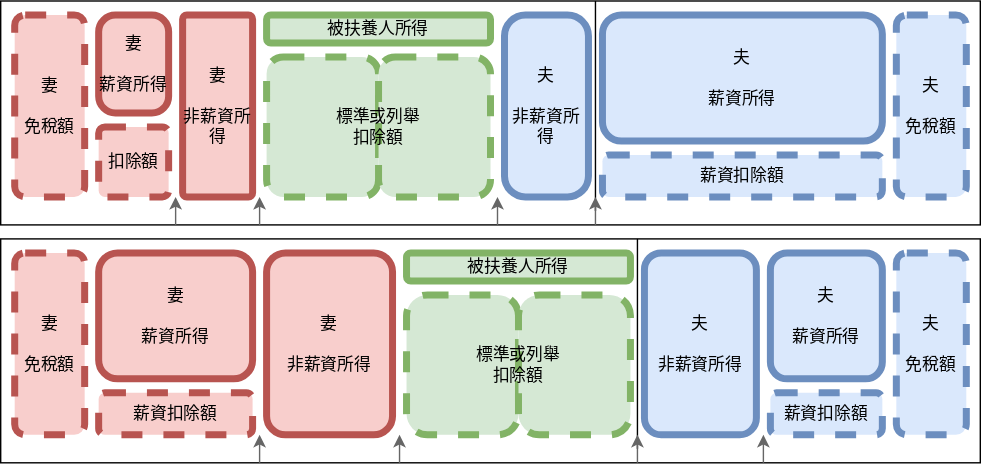
The draw.io diagram content/posts/leveraging-childrens-tax-allowance/married-case-study.svg in oopzzozzo/route-110, before a commit. Source tidied: cells renumbered, new cells last; positions are measured from the earlier drawing's top-left corner, leaving out a move shared by most shapes.
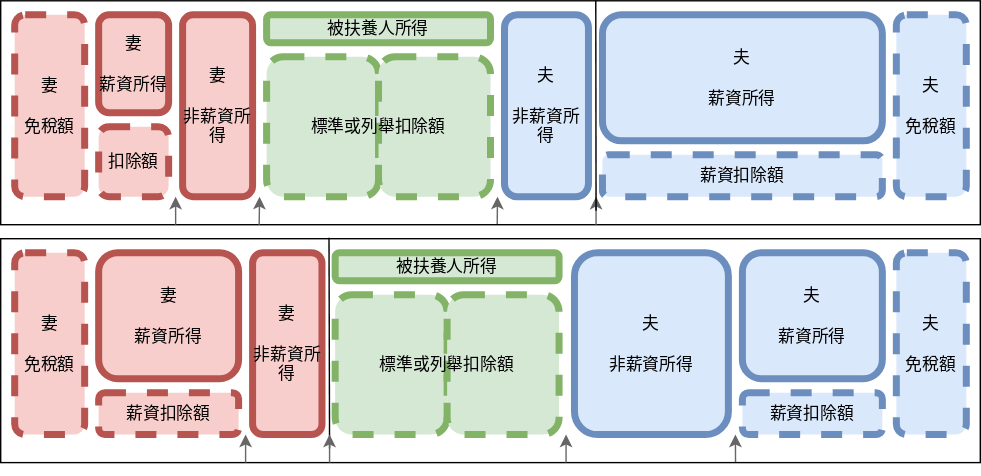
Above is the later version.

Diff of the diagram source:
```diff
@@ -2,131 +2,146 @@
   <root>
     <mxCell id="0" />
     <mxCell id="1" parent="0" />
+    <mxCell id="3" style="rounded=0;whiteSpace=wrap;html=1;fillColor=none;" parent="1" vertex="1">
+      <mxGeometry x="120" y="170" width="700" height="160" as="geometry" />
+    </mxCell>
+    <mxCell id="5" style="rounded=0;whiteSpace=wrap;html=1;fillColor=none;" parent="1" vertex="1">
+      <mxGeometry x="120" width="700" height="160" as="geometry" />
+    </mxCell>
+    <mxCell id="29" style="endArrow=classic;html=1;rounded=0;entryX=0;entryY=1;entryDx=0;entryDy=0;fillColor=#f5f5f5;strokeColor=#666666;" parent="1" edge="1">
+      <mxGeometry relative="1" as="geometry">
+        <mxPoint x="545.4" y="160" as="sourcePoint" />
+        <mxPoint x="545.4" y="140" as="targetPoint" />
+      </mxGeometry>
+    </mxCell>
+    <mxCell id="34" style="rounded=1;whiteSpace=wrap;html=1;fillColor=#d5e8d4;strokeColor=#82b366;strokeWidth=5;dashed=1;" parent="1" vertex="1">
+      <mxGeometry x="310" y="40" width="80" height="100" as="geometry" />
+    </mxCell>
+    <mxCell id="35" style="rounded=1;whiteSpace=wrap;html=1;fillColor=#d5e8d4;strokeColor=#82b366;strokeWidth=5;dashed=1;" parent="1" vertex="1">
+      <mxGeometry x="390" y="40" width="80" height="100" as="geometry" />
+    </mxCell>
+    <mxCell id="36" value="&lt;div&gt;標準或列舉扣除額&lt;/div&gt;" style="text;whiteSpace=wrap;html=1;align=center;verticalAlign=middle;" parent="1" vertex="1">
+      <mxGeometry x="310" y="40" width="160" height="100" as="geometry" />
+    </mxCell>
-    <mxCell id="2" style="endArrow=none;html=1;rounded=0;" parent="1" edge="1">
+    <mxCell id="2" style="endArrow=none;html=1;rounded=0;entryX=0.328;entryY=-0.004;entryDx=0;entryDy=0;entryPerimeter=0;" parent="1" edge="1">
       <mxGeometry relative="1" as="geometry">
-        <mxPoint x="455" y="320" as="sourcePoint" />
-        <mxPoint x="455" y="170" as="targetPoint" />
+        <mxPoint x="355" y="320" as="sourcePoint" />
+        <mxPoint x="354.6" y="169.4" as="targetPoint" />
       </mxGeometry>
     </mxCell>
-    <mxCell id="3" style="rounded=0;whiteSpace=wrap;html=1;fillColor=none;" parent="1" vertex="1">
-      <mxGeometry y="170" width="700" height="160" as="geometry" />
-    </mxCell>
-    <mxCell id="4" style="endArrow=none;html=1;rounded=0;" parent="1" edge="1">
-      <mxGeometry relative="1" as="geometry">
-        <mxPoint x="385" y="150" as="sourcePoint" />
-        <mxPoint x="385" as="targetPoint" />
-      </mxGeometry>
-    </mxCell>
-    <mxCell id="5" style="rounded=0;whiteSpace=wrap;html=1;fillColor=none;" parent="1" vertex="1">
-      <mxGeometry width="700" height="160" as="geometry" />
-    </mxCell>
-    <mxCell id="6" value="&lt;div&gt;標準或列舉&lt;/div&gt;&lt;div&gt;扣除額&lt;/div&gt;" style="rounded=1;whiteSpace=wrap;html=1;fillColor=#d5e8d4;strokeColor=#82b366;strokeWidth=5;dashed=1;" parent="1" vertex="1">
-      <mxGeometry x="290" y="210" width="160" height="100" as="geometry" />
-    </mxCell>
     <mxCell id="7" value="被扶養人所得" style="rounded=1;whiteSpace=wrap;html=1;fillColor=#d5e8d4;strokeColor=#82b366;strokeWidth=5;" parent="1" vertex="1">
-      <mxGeometry x="290" y="180" width="160" height="20" as="geometry" />
+      <mxGeometry x="359" y="180" width="160" height="20" as="geometry" />
     </mxCell>
     <mxCell id="8" value="&lt;div&gt;夫&lt;/div&gt;&lt;div&gt;&lt;br&gt;&lt;/div&gt;&lt;div&gt;非薪資所得&lt;/div&gt;" style="rounded=1;whiteSpace=wrap;html=1;fillColor=#dae8fc;strokeColor=#6c8ebf;strokeWidth=5;" parent="1" vertex="1">
-      <mxGeometry x="460" y="180" width="80" height="130" as="geometry" />
+      <mxGeometry x="530" y="180" width="110" height="130" as="geometry" />
     </mxCell>
     <mxCell id="9" value="&lt;div&gt;夫&lt;/div&gt;&lt;div&gt;&lt;br&gt;&lt;/div&gt;&lt;div&gt;薪資所得&lt;/div&gt;" style="rounded=1;whiteSpace=wrap;html=1;fillColor=#dae8fc;strokeColor=#6c8ebf;strokeWidth=5;" parent="1" vertex="1">
-      <mxGeometry x="550" y="180" width="80" height="90" as="geometry" />
+      <mxGeometry x="650" y="180" width="100" height="90" as="geometry" />
     </mxCell>
     <mxCell id="10" value="&lt;div&gt;夫&lt;/div&gt;&lt;div&gt;&lt;br&gt;&lt;/div&gt;&lt;div&gt;免稅額&lt;/div&gt;" style="rounded=1;whiteSpace=wrap;html=1;fillColor=#dae8fc;strokeColor=#6c8ebf;strokeWidth=5;dashed=1;" parent="1" vertex="1">
-      <mxGeometry x="640" y="180" width="50" height="130" as="geometry" />
+      <mxGeometry x="760" y="180" width="50" height="130" as="geometry" />
     </mxCell>
     <mxCell id="11" value="&lt;div&gt;妻&lt;/div&gt;&lt;div&gt;&lt;br&gt;&lt;/div&gt;&lt;div&gt;非薪資所得&lt;/div&gt;" style="rounded=1;whiteSpace=wrap;html=1;fillColor=#f8cecc;strokeColor=#b85450;strokeWidth=5;" parent="1" vertex="1">
-      <mxGeometry x="190" y="180" width="90" height="130" as="geometry" />
+      <mxGeometry x="300" y="180" width="49.6" height="130" as="geometry" />
     </mxCell>
     <mxCell id="12" value="&lt;div&gt;妻&lt;/div&gt;&lt;div&gt;&lt;br&gt;&lt;/div&gt;&lt;div&gt;薪資所得&lt;/div&gt;" style="rounded=1;whiteSpace=wrap;html=1;fillColor=#f8cecc;strokeColor=#b85450;strokeWidth=5;" parent="1" vertex="1">
-      <mxGeometry x="70" y="180" width="110" height="90" as="geometry" />
+      <mxGeometry x="190" y="180" width="100" height="90" as="geometry" />
     </mxCell>
     <mxCell id="13" value="&lt;div&gt;妻&lt;/div&gt;&lt;div&gt;&lt;br&gt;&lt;/div&gt;&lt;div&gt;免稅額&lt;/div&gt;" style="rounded=1;whiteSpace=wrap;html=1;fillColor=#f8cecc;strokeColor=#b85450;strokeWidth=5;dashed=1;" parent="1" vertex="1">
-      <mxGeometry x="10" y="180" width="50" height="130" as="geometry" />
+      <mxGeometry x="130" y="180" width="50" height="130" as="geometry" />
     </mxCell>
     <mxCell id="14" value="薪資扣除額" style="rounded=1;whiteSpace=wrap;html=1;fillColor=#f8cecc;strokeColor=#b85450;strokeWidth=5;dashed=1;" parent="1" vertex="1">
-      <mxGeometry x="70" y="280" width="110" height="30" as="geometry" />
+      <mxGeometry x="190" y="280" width="100" height="30" as="geometry" />
     </mxCell>
     <mxCell id="15" value="薪資扣除額" style="rounded=1;whiteSpace=wrap;html=1;fillColor=#dae8fc;strokeColor=#6c8ebf;strokeWidth=5;dashed=1;" parent="1" vertex="1">
-      <mxGeometry x="550" y="280" width="80" height="30" as="geometry" />
+      <mxGeometry x="650" y="280" width="100" height="30" as="geometry" />
     </mxCell>
-    <mxCell id="16" value="&lt;div&gt;標準或列舉&lt;/div&gt;&lt;div&gt;扣除額&lt;/div&gt;" style="rounded=1;whiteSpace=wrap;html=1;fillColor=#d5e8d4;strokeColor=#82b366;strokeWidth=5;dashed=1;" parent="1" vertex="1">
-      <mxGeometry x="190" y="40" width="80" height="100" as="geometry" />
-    </mxCell>
     <mxCell id="17" value="被扶養人所得" style="rounded=1;whiteSpace=wrap;html=1;fillColor=#d5e8d4;strokeColor=#82b366;strokeWidth=5;" parent="1" vertex="1">
-      <mxGeometry x="190" y="10" width="80" height="20" as="geometry" />
+      <mxGeometry x="310" y="10" width="160" height="20" as="geometry" />
     </mxCell>
-    <mxCell id="18" value="&lt;div&gt;夫&lt;/div&gt;&lt;div&gt;&lt;br&gt;&lt;/div&gt;&lt;div&gt;非薪資所得&lt;/div&gt;" style="rounded=1;whiteSpace=wrap;html=1;fillColor=#dae8fc;strokeColor=#6c8ebf;strokeWidth=5;" parent="1" vertex="1">
-      <mxGeometry x="280" y="10" width="100" height="130" as="geometry" />
-    </mxCell>
     <mxCell id="19" value="&lt;div&gt;夫&lt;/div&gt;&lt;div&gt;&lt;br&gt;&lt;/div&gt;&lt;div&gt;薪資所得&lt;/div&gt;" style="rounded=1;whiteSpace=wrap;html=1;fillColor=#dae8fc;strokeColor=#6c8ebf;strokeWidth=5;" parent="1" vertex="1">
-      <mxGeometry x="390" y="10" width="240" height="90" as="geometry" />
+      <mxGeometry x="550" y="10" width="200" height="90" as="geometry" />
     </mxCell>
     <mxCell id="20" value="&lt;div&gt;夫&lt;/div&gt;&lt;div&gt;&lt;br&gt;&lt;/div&gt;&lt;div&gt;免稅額&lt;/div&gt;" style="rounded=1;whiteSpace=wrap;html=1;fillColor=#dae8fc;strokeColor=#6c8ebf;strokeWidth=5;dashed=1;" parent="1" vertex="1">
-      <mxGeometry x="640" y="10" width="50" height="130" as="geometry" />
+      <mxGeometry x="760" y="10" width="50" height="130" as="geometry" />
     </mxCell>
     <mxCell id="21" value="&lt;div&gt;妻&lt;/div&gt;&lt;div&gt;&lt;br&gt;&lt;/div&gt;&lt;div&gt;非薪資所得&lt;/div&gt;" style="rounded=1;whiteSpace=wrap;html=1;fillColor=#f8cecc;strokeColor=#b85450;strokeWidth=5;" parent="1" vertex="1">
-      <mxGeometry x="160" y="10" width="20" height="130" as="geometry" />
+      <mxGeometry x="250" y="10" width="50" height="130" as="geometry" />
     </mxCell>
     <mxCell id="22" value="&lt;div&gt;妻&lt;/div&gt;&lt;div&gt;&lt;br&gt;&lt;/div&gt;&lt;div&gt;薪資所得&lt;/div&gt;" style="rounded=1;whiteSpace=wrap;html=1;fillColor=#f8cecc;strokeColor=#b85450;strokeWidth=5;" parent="1" vertex="1">
-      <mxGeometry x="70" y="10" width="80" height="90" as="geometry" />
+      <mxGeometry x="190" y="10" width="50" height="70" as="geometry" />
     </mxCell>
     <mxCell id="23" value="&lt;div&gt;妻&lt;/div&gt;&lt;div&gt;&lt;br&gt;&lt;/div&gt;&lt;div&gt;免稅額&lt;/div&gt;" style="rounded=1;whiteSpace=wrap;html=1;fillColor=#f8cecc;strokeColor=#b85450;strokeWidth=5;dashed=1;" parent="1" vertex="1">
-      <mxGeometry x="10" y="10" width="50" height="130" as="geometry" />
+      <mxGeometry x="130" y="10" width="50" height="130" as="geometry" />
     </mxCell>
     <mxCell id="24" value="扣除額" style="rounded=1;whiteSpace=wrap;html=1;fillColor=#f8cecc;strokeColor=#b85450;strokeWidth=5;dashed=1;" parent="1" vertex="1">
-      <mxGeometry x="70" y="110" width="80" height="30" as="geometry" />
+      <mxGeometry x="190" y="90" width="50" height="50" as="geometry" />
     </mxCell>
     <mxCell id="25" value="薪資扣除額" style="rounded=1;whiteSpace=wrap;html=1;fillColor=#dae8fc;strokeColor=#6c8ebf;strokeWidth=5;dashed=1;" parent="1" vertex="1">
-      <mxGeometry x="390" y="110" width="240" height="30" as="geometry" />
+      <mxGeometry x="550" y="110" width="200" height="30" as="geometry" />
     </mxCell>
-    <mxCell id="26" style="endArrow=classic;html=1;rounded=0;entryX=0;entryY=1;entryDx=0;entryDy=0;fillColor=#f5f5f5;strokeColor=#666666;" parent="1" edge="1">
+    <mxCell id="26" style="endArrow=classic;html=1;rounded=0;fillColor=#f5f5f5;strokeColor=#666666;" parent="1" edge="1">
       <mxGeometry relative="1" as="geometry">
-        <mxPoint x="155" y="160" as="sourcePoint" />
-        <mxPoint x="155" y="140" as="targetPoint" />
+        <mxPoint x="245" y="160" as="sourcePoint" />
+        <mxPoint x="245" y="140" as="targetPoint" />
+        <Array as="points">
+          <mxPoint x="245" y="140" />
+        </Array>
       </mxGeometry>
     </mxCell>
-    <mxCell id="27" style="endArrow=classic;html=1;rounded=0;entryX=0;entryY=1;entryDx=0;entryDy=0;fillColor=#f5f5f5;strokeColor=#666666;" parent="1" edge="1">
+    <mxCell id="27" style="endArrow=classic;html=1;rounded=0;entryX=0;entryY=1;entryDx=0;entryDy=0;fillColor=#f5f5f5;strokeColor=#666666;exitX=0.271;exitY=1;exitDx=0;exitDy=0;exitPerimeter=0;" parent="1" edge="1">
       <mxGeometry relative="1" as="geometry">
-        <mxPoint x="185" y="160" as="sourcePoint" />
-        <mxPoint x="185" y="140" as="targetPoint" />
+        <mxPoint x="304.7" y="160" as="sourcePoint" />
+        <mxPoint x="305" y="140" as="targetPoint" />
       </mxGeometry>
     </mxCell>
-    <mxCell id="28" style="endArrow=classic;html=1;rounded=0;entryX=0;entryY=1;entryDx=0;entryDy=0;fillColor=#f5f5f5;strokeColor=#666666;" parent="1" edge="1">
+    <mxCell id="28" style="endArrow=classic;html=1;rounded=0;entryX=0;entryY=1;entryDx=0;entryDy=0;fillColor=#f5f5f5;strokeColor=#666666;exitX=0.514;exitY=0.997;exitDx=0;exitDy=0;exitPerimeter=0;" parent="1" edge="1">
       <mxGeometry relative="1" as="geometry">
-        <mxPoint x="275" y="160" as="sourcePoint" />
-        <mxPoint x="275" y="140" as="targetPoint" />
+        <mxPoint x="474.8" y="159.5" as="sourcePoint" />
+        <mxPoint x="475" y="140" as="targetPoint" />
       </mxGeometry>
     </mxCell>
-    <mxCell id="29" style="endArrow=classic;html=1;rounded=0;entryX=0;entryY=1;entryDx=0;entryDy=0;fillColor=#f5f5f5;strokeColor=#666666;" parent="1" edge="1">
-      <mxGeometry relative="1" as="geometry">
-        <mxPoint x="385" y="160" as="sourcePoint" />
-        <mxPoint x="385" y="140" as="targetPoint" />
-      </mxGeometry>
-    </mxCell>
     <mxCell id="30" style="endArrow=classic;html=1;rounded=0;entryX=0;entryY=1;entryDx=0;entryDy=0;fillColor=#f5f5f5;strokeColor=#666666;" parent="1" edge="1">
       <mxGeometry relative="1" as="geometry">
-        <mxPoint x="185" y="330" as="sourcePoint" />
-        <mxPoint x="185" y="310" as="targetPoint" />
+        <mxPoint x="295" y="330" as="sourcePoint" />
+        <mxPoint x="295" y="310" as="targetPoint" />
       </mxGeometry>
     </mxCell>
     <mxCell id="31" style="endArrow=classic;html=1;rounded=0;entryX=0;entryY=1;entryDx=0;entryDy=0;fillColor=#f5f5f5;strokeColor=#666666;" parent="1" edge="1">
       <mxGeometry relative="1" as="geometry">
-        <mxPoint x="285" y="330" as="sourcePoint" />
-        <mxPoint x="285" y="310" as="targetPoint" />
+        <mxPoint x="355" y="330" as="sourcePoint" />
+        <mxPoint x="355" y="310" as="targetPoint" />
       </mxGeometry>
     </mxCell>
     <mxCell id="32" style="endArrow=classic;html=1;rounded=0;entryX=0;entryY=1;entryDx=0;entryDy=0;fillColor=#f5f5f5;strokeColor=#666666;" parent="1" edge="1">
       <mxGeometry relative="1" as="geometry">
-        <mxPoint x="455" y="330" as="sourcePoint" />
-        <mxPoint x="455" y="310" as="targetPoint" />
+        <mxPoint x="524" y="330" as="sourcePoint" />
+        <mxPoint x="524" y="310" as="targetPoint" />
       </mxGeometry>
     </mxCell>
-    <mxCell id="33" style="endArrow=classic;html=1;rounded=0;entryX=0;entryY=1;entryDx=0;entryDy=0;fillColor=#f5f5f5;strokeColor=#666666;" parent="1" edge="1">
+    <mxCell id="33" style="endArrow=classic;html=1;rounded=0;entryX=1;entryY=1;entryDx=0;entryDy=0;fillColor=#f5f5f5;strokeColor=#666666;exitX=0.743;exitY=0.997;exitDx=0;exitDy=0;exitPerimeter=0;" parent="1" edge="1">
       <mxGeometry relative="1" as="geometry">
-        <mxPoint x="545" y="330" as="sourcePoint" />
-        <mxPoint x="545" y="310" as="targetPoint" />
+        <mxPoint x="645.1" y="329.5" as="sourcePoint" />
+        <mxPoint x="645" y="310" as="targetPoint" />
       </mxGeometry>
     </mxCell>
+    <mxCell id="37" style="rounded=1;whiteSpace=wrap;html=1;fillColor=#d5e8d4;strokeColor=#82b366;strokeWidth=5;dashed=1;" parent="1" vertex="1">
+      <mxGeometry x="359" y="210" width="80" height="100" as="geometry" />
+    </mxCell>
+    <mxCell id="38" style="rounded=1;whiteSpace=wrap;html=1;fillColor=#d5e8d4;strokeColor=#82b366;strokeWidth=5;dashed=1;" parent="1" vertex="1">
+      <mxGeometry x="439" y="210" width="80" height="100" as="geometry" />
+    </mxCell>
+    <mxCell id="39" value="&lt;div&gt;標準或列舉扣除額&lt;/div&gt;" style="text;whiteSpace=wrap;html=1;align=center;verticalAlign=middle;" parent="1" vertex="1">
+      <mxGeometry x="359" y="210" width="160" height="100" as="geometry" />
+    </mxCell>
+    <mxCell id="40" style="endArrow=none;html=1;rounded=0;entryX=0.564;entryY=-0.001;entryDx=0;entryDy=0;entryPerimeter=0;" parent="1" edge="1">
+      <mxGeometry relative="1" as="geometry">
+        <mxPoint x="545.4" y="150" as="sourcePoint" />
+        <mxPoint x="545.2" y="-0.2" as="targetPoint" />
+      </mxGeometry>
+    </mxCell>
+    <mxCell id="18" value="&lt;div&gt;夫&lt;/div&gt;&lt;div&gt;&lt;br&gt;&lt;/div&gt;&lt;div&gt;非薪資所得&lt;/div&gt;" style="rounded=1;whiteSpace=wrap;html=1;fillColor=#dae8fc;strokeColor=#6c8ebf;strokeWidth=5;" parent="1" vertex="1">
+      <mxGeometry x="480" y="10" width="60" height="130" as="geometry" />
+    </mxCell>
   </root>
 </mxGraphModel>
```
